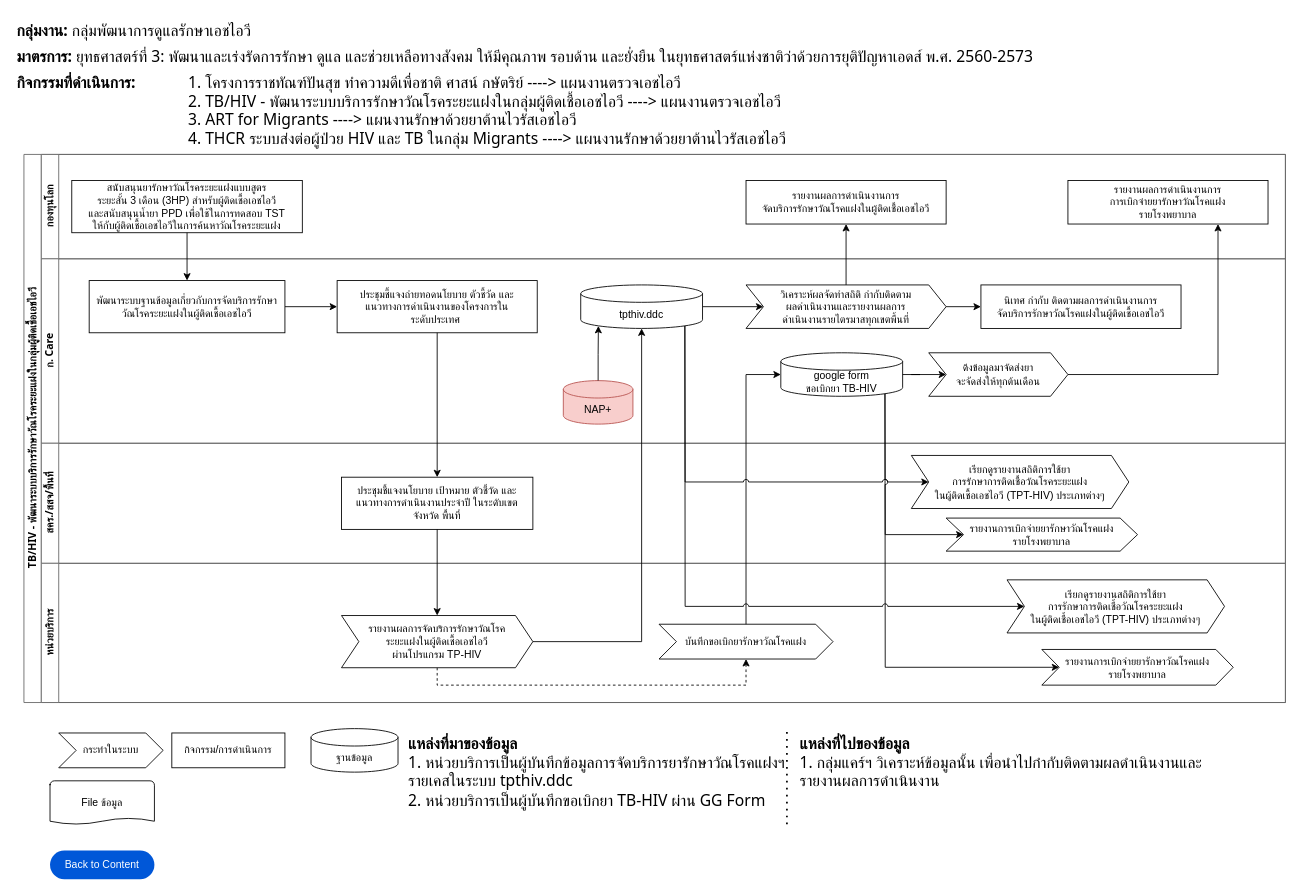
Before: page "TB/HIV" (10 of 25) of HIVs Work-Data Diagram.drawio in anun311/regist, a draw.io diagram. Source tidied: cells renumbered, new cells numbered last; positions are measured from the earlier drawing's top-left corner, leaving out a move shared by most shapes. Both pictures are drawn from the tidied source at 87%, with x=0, y=0 at pixel (15, 15).
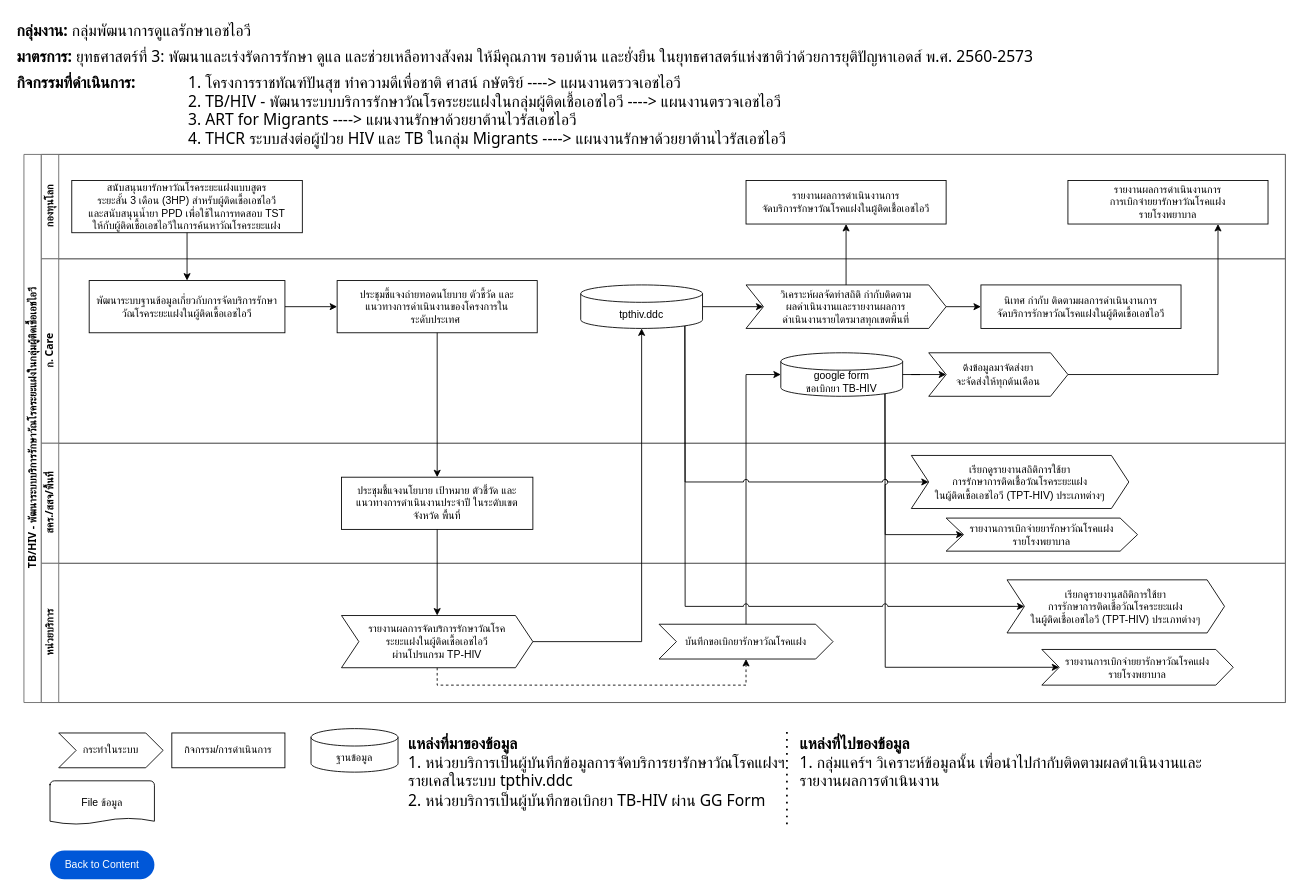
Above is the later version.

Unchanged cells that the change refers to:
```xml
<mxCell id="7" value="ก. Care" style="swimlane;html=1;startSize=20;horizontal=0;fontFamily=Tahoma;strokeColor=#666666;" parent="2" vertex="1">
  <mxGeometry x="20" y="120" width="1430" height="212" as="geometry" />
</mxCell>
<mxCell id="13" value="tpthiv.ddc" style="shape=cylinder3;whiteSpace=wrap;html=1;boundedLbl=1;backgroundOutline=1;size=10;" parent="7" vertex="1">
  <mxGeometry x="620" y="30" width="140" height="50" as="geometry" />
</mxCell>
```

What changed in the source:
```diff
@@
-    <mxCell id="17" value="NAP+" style="shape=cylinder3;whiteSpace=wrap;html=1;boundedLbl=1;backgroundOutline=1;size=10;fillColor=#f8cecc;strokeColor=#b85450;" parent="7" vertex="1">
-      <mxGeometry x="600" y="140" width="80" height="50" as="geometry" />
-    </mxCell>
-    <mxCell id="18" style="edgeStyle=orthogonalEdgeStyle;rounded=0;jettySize=auto;html=1;entryX=0.145;entryY=1;entryDx=0;entryDy=-2.9;entryPerimeter=0;" parent="7" edge="1" source="17" target="13">
-      <mxGeometry relative="1" as="geometry" />
-    </mxCell>
```
